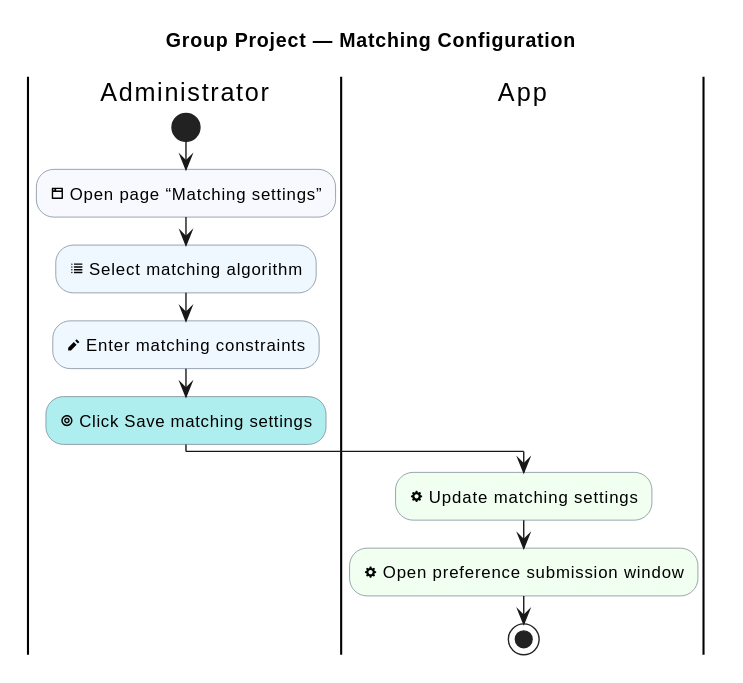
Above: industrial-placement-group-project/diagrams/group-project/matching-configuration.svg in sdflkjssl/sdflkjssl.github.io (PlantUML), before the change.
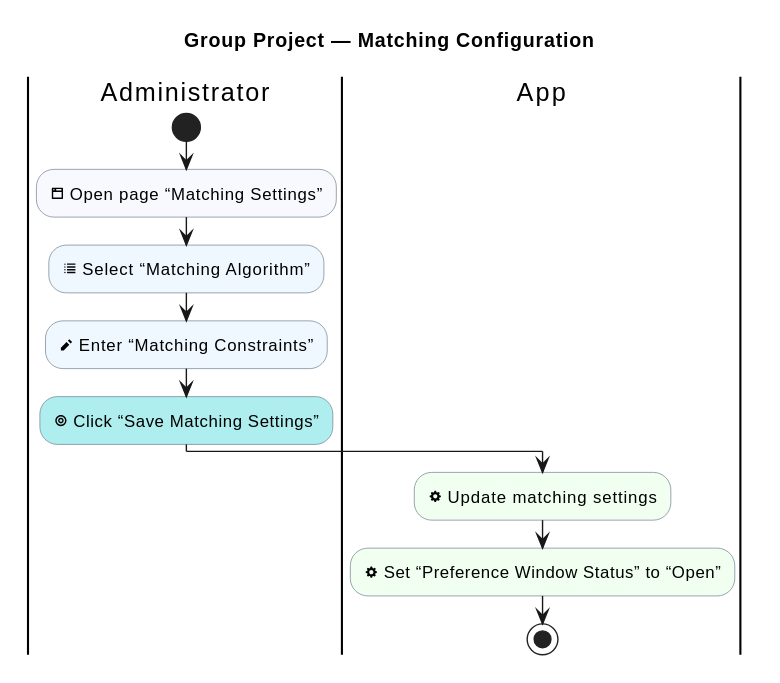
After the change.

Diff of the diagram source:
```diff
@@ -12,12 +12,12 @@
 
 |Administrator|
 start
-:<&browser> Open page “Matching settings”; <<#GhostWhite>>
-:<&list> Select matching algorithm; <<#AliceBlue>>
-:<&pencil> Enter matching constraints; <<#AliceBlue>>
-:<&target> Click Save matching settings; <<#PaleTurquoise>>
+:<&browser> Open page “Matching Settings”; <<#GhostWhite>>
+:<&list> Select “Matching Algorithm”; <<#AliceBlue>>
+:<&pencil> Enter “Matching Constraints”; <<#AliceBlue>>
+:<&target> Click “Save Matching Settings”; <<#PaleTurquoise>>
 |App|
 :<&cog> Update matching settings; <<#HoneyDew>>
-:<&cog> Open preference submission window; <<#HoneyDew>>
+:<&cog> Set “Preference Window Status” to “Open”; <<#HoneyDew>>
 stop
 @enduml
```
